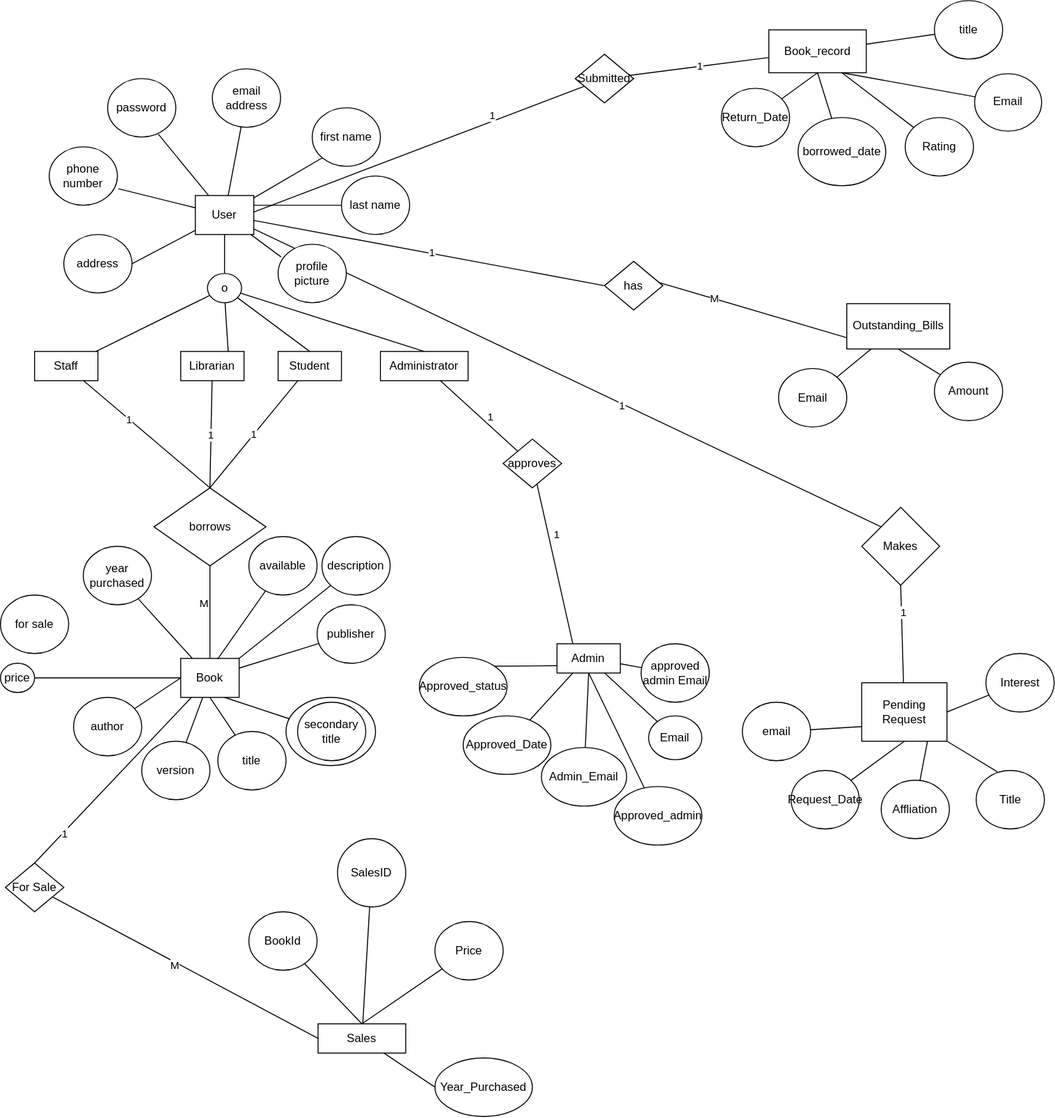
Above: ERD1.svg in MatipaM/DBMS_AE1 (draw.io), before the change. Source tidied: cells renumbered, new cells last; positions are measured from the earlier drawing's top-left corner, leaving out a move shared by most shapes.
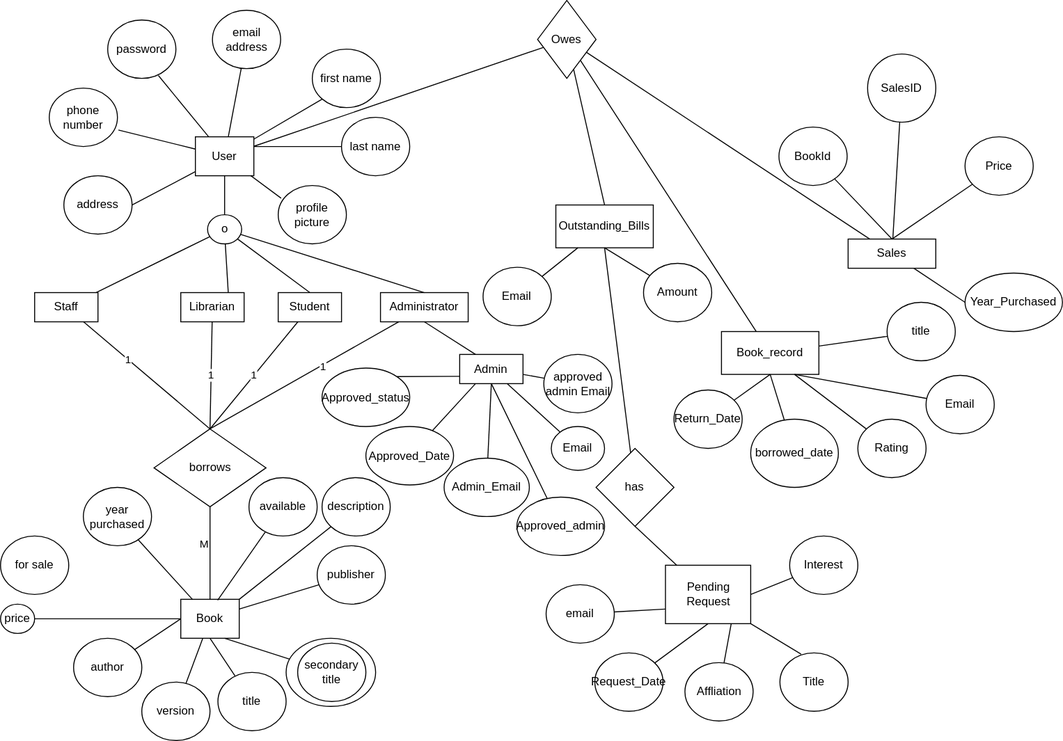
Above is the later version.

What changed in the source:
```diff
@@ -16,18 +16,6 @@
     <mxCell id="5" style="rounded=0;jettySize=auto;html=1;entryX=1;entryY=0.5;entryDx=0;entryDy=0;endArrow=none;endFill=0;" parent="1" edge="1" source="10" target="17">
       <mxGeometry relative="1" as="geometry" />
     </mxCell>
-    <mxCell id="6" style="rounded=0;jettySize=auto;html=1;entryX=0;entryY=0.5;entryDx=0;entryDy=0;endArrow=none;endFill=0;" parent="1" edge="1" source="10" target="124">
-      <mxGeometry relative="1" as="geometry" />
-    </mxCell>
-    <mxCell id="7" value="1" style="edgeLabel;html=1;align=center;verticalAlign=middle;" parent="6" vertex="1">
-      <mxGeometry y="1" relative="1" as="geometry" />
-    </mxCell>
-    <mxCell id="8" style="rounded=0;jettySize=auto;html=1;entryX=0;entryY=0;entryDx=0;entryDy=0;endArrow=none;endFill=0;" parent="1" edge="1" source="10" target="68">
-      <mxGeometry relative="1" as="geometry" />
-    </mxCell>
-    <mxCell id="9" value="1" style="edgeLabel;html=1;align=center;verticalAlign=middle;" parent="8" vertex="1">
-      <mxGeometry x="0.17" y="-2" relative="1" as="geometry" />
-    </mxCell>
     <mxCell id="10" value="User" style="rounded=0;whiteSpace=wrap;html=1;" parent="1" vertex="1">
       <mxGeometry x="200" y="200" width="60" height="40" as="geometry" />
     </mxCell>
@@ -64,14 +52,12 @@
     <mxCell id="21" value="Student" style="rounded=0;whiteSpace=wrap;html=1;" parent="1" vertex="1">
       <mxGeometry x="285" y="360" width="65" height="30" as="geometry" />
     </mxCell>
-    <mxCell id="22" style="rounded=0;jettySize=auto;html=1;entryX=0;entryY=0;entryDx=0;entryDy=0;endArrow=none;endFill=0;" parent="1" edge="1" source="24" target="127">
-      <mxGeometry relative="1" as="geometry" />
-    </mxCell>
-    <mxCell id="23" value="1" style="edgeLabel;html=1;align=center;verticalAlign=middle;" parent="22" vertex="1">
-      <mxGeometry x="0.15" y="7" relative="1" as="geometry">
-        <mxPoint y="-1" as="offset" />
-      </mxGeometry>
-    </mxCell>
+    <mxCell id="128" style="rounded=0;jettySize=auto;html=1;entryX=0.5;entryY=0;entryDx=0;entryDy=0;endArrow=none;endFill=0;" parent="1" edge="1" source="24" target="30">
+      <mxGeometry relative="1" as="geometry" />
+    </mxCell>
+    <mxCell id="129" value="1" style="edgeLabel;html=1;align=center;verticalAlign=middle;" parent="128" vertex="1">
+      <mxGeometry x="-0.19" y="1" relative="1" as="geometry" />
+    </mxCell>
     <mxCell id="24" value="Administrator" style="rounded=0;whiteSpace=wrap;html=1;" parent="1" vertex="1">
       <mxGeometry x="390" y="360" width="90" height="30" as="geometry" />
     </mxCell>
@@ -93,14 +79,6 @@
     <mxCell id="30" value="borrows" style="rhombus;whiteSpace=wrap;html=1;" parent="1" vertex="1">
       <mxGeometry x="157.5" y="500" width="115" height="80" as="geometry" />
     </mxCell>
-    <mxCell id="31" style="rounded=0;jettySize=auto;html=1;entryX=0.5;entryY=0;entryDx=0;entryDy=0;endArrow=none;endFill=0;" parent="1" edge="1" source="33" target="121">
-      <mxGeometry relative="1" as="geometry" />
-    </mxCell>
-    <mxCell id="32" value="1" style="edgeLabel;html=1;align=center;verticalAlign=middle;" parent="31" vertex="1">
-      <mxGeometry x="0.63" y="1" relative="1" as="geometry">
-        <mxPoint y="-1" as="offset" />
-      </mxGeometry>
-    </mxCell>
     <mxCell id="33" value="Book" style="rounded=0;whiteSpace=wrap;html=1;" parent="1" vertex="1">
       <mxGeometry x="185" y="675" width="60" height="40" as="geometry" />
     </mxCell>
@@ -191,45 +169,38 @@
     <mxCell id="62" value="for sale" style="ellipse;whiteSpace=wrap;html=1;" parent="1" vertex="1">
       <mxGeometry y="610" width="70" height="60" as="geometry" />
     </mxCell>
-    <mxCell id="63" value="Submitted" style="rhombus;whiteSpace=wrap;html=1;" parent="1" vertex="1">
-      <mxGeometry x="590" y="55" width="60" height="50" as="geometry" />
+    <mxCell id="63" value="Owes" style="rhombus;whiteSpace=wrap;html=1;" parent="1" vertex="1">
+      <mxGeometry x="551.2" y="60" width="60" height="80" as="geometry" />
     </mxCell>
-    <mxCell id="64" style="rounded=0;jettySize=auto;html=1;endArrow=none;endFill=0;" parent="1" edge="1" target="63">
-      <mxGeometry relative="1" as="geometry">
-        <mxPoint x="260" y="217" as="sourcePoint" />
-      </mxGeometry>
+    <mxCell id="64" style="rounded=0;jettySize=auto;html=1;endArrow=none;endFill=0;" parent="1" edge="1" source="10" target="63">
+      <mxGeometry relative="1" as="geometry" />
     </mxCell>
-    <mxCell id="65" value="1" style="edgeLabel;html=1;align=center;verticalAlign=middle;" parent="64" vertex="1">
-      <mxGeometry x="0.45" y="6" relative="1" as="geometry">
-        <mxPoint x="-1" as="offset" />
-      </mxGeometry>
-    </mxCell>
     <mxCell id="66" value="Outstanding_Bills" style="rounded=0;whiteSpace=wrap;html=1;" parent="1" vertex="1">
-      <mxGeometry x="868.8" y="311" width="105.7" height="46.5" as="geometry" />
+      <mxGeometry x="570" y="270" width="100" height="44" as="geometry" />
     </mxCell>
     <mxCell id="67" value="Book_record" style="rounded=0;whiteSpace=wrap;html=1;" parent="1" vertex="1">
-      <mxGeometry x="788.8" y="30" width="100" height="44" as="geometry" />
+      <mxGeometry x="740" y="400" width="100" height="44" as="geometry" />
     </mxCell>
-    <mxCell id="68" value="Makes" style="rhombus;whiteSpace=wrap;html=1;" parent="1" vertex="1">
-      <mxGeometry x="884.1" y="520" width="80" height="80" as="geometry" />
+    <mxCell id="68" value="has" style="rhombus;whiteSpace=wrap;html=1;" parent="1" vertex="1">
+      <mxGeometry x="611.2" y="520" width="80" height="80" as="geometry" />
     </mxCell>
     <mxCell id="69" value="Pending Request" style="rounded=0;whiteSpace=wrap;html=1;" parent="1" vertex="1">
-      <mxGeometry x="884.1" y="700" width="87.5" height="60" as="geometry" />
+      <mxGeometry x="682.5" y="640" width="87.5" height="60" as="geometry" />
     </mxCell>
     <mxCell id="70" value="email" style="ellipse;whiteSpace=wrap;html=1;" parent="1" vertex="1">
-      <mxGeometry x="761.6" y="720" width="70" height="60" as="geometry" />
+      <mxGeometry x="560" y="660" width="70" height="60" as="geometry" />
     </mxCell>
     <mxCell id="71" value="Title" style="ellipse;whiteSpace=wrap;html=1;" parent="1" vertex="1">
-      <mxGeometry x="1001.6" y="790" width="70" height="60" as="geometry" />
+      <mxGeometry x="800" y="730" width="70" height="60" as="geometry" />
     </mxCell>
     <mxCell id="72" value="Affliation" style="ellipse;whiteSpace=wrap;html=1;" parent="1" vertex="1">
-      <mxGeometry x="904.1" y="800" width="70" height="60" as="geometry" />
+      <mxGeometry x="702.5" y="740" width="70" height="60" as="geometry" />
     </mxCell>
     <mxCell id="73" value="Request_Date" style="ellipse;whiteSpace=wrap;html=1;" parent="1" vertex="1">
-      <mxGeometry x="811.6" y="790" width="70" height="60" as="geometry" />
+      <mxGeometry x="610" y="730" width="70" height="60" as="geometry" />
     </mxCell>
     <mxCell id="74" value="Interest" style="ellipse;whiteSpace=wrap;html=1;" parent="1" vertex="1">
-      <mxGeometry x="1011.6" y="670" width="70" height="60" as="geometry" />
+      <mxGeometry x="810" y="610" width="70" height="60" as="geometry" />
     </mxCell>
     <mxCell id="75" style="rounded=0;jettySize=auto;html=1;endArrow=none;endFill=0;exitX=0.31;exitY=0.022;exitDx=0;exitDy=0;exitPerimeter=0;entryX=1;entryY=1;entryDx=0;entryDy=0;" parent="1" edge="1" source="71" target="69">
       <mxGeometry relative="1" as="geometry" />
@@ -239,7 +210,7 @@
     </mxCell>
     <mxCell id="77" style="rounded=0;jettySize=auto;html=1;endArrow=none;endFill=0;" parent="1" edge="1" target="72">
       <mxGeometry relative="1" as="geometry">
-        <mxPoint x="951.6" y="760" as="sourcePoint" />
+        <mxPoint x="750" y="700" as="sourcePoint" />
       </mxGeometry>
     </mxCell>
     <mxCell id="78" style="rounded=0;jettySize=auto;html=1;endArrow=none;endFill=0;exitX=0;exitY=0.75;exitDx=0;exitDy=0;" parent="1" edge="1" source="69" target="70">
@@ -249,19 +220,19 @@
       <mxGeometry relative="1" as="geometry" />
     </mxCell>
     <mxCell id="80" value="Sales" style="rounded=0;whiteSpace=wrap;html=1;" parent="1" vertex="1">
-      <mxGeometry x="326" y="1050" width="90" height="30" as="geometry" />
+      <mxGeometry x="870" y="305" width="90" height="30" as="geometry" />
     </mxCell>
     <mxCell id="81" value="BookId" style="ellipse;whiteSpace=wrap;html=1;" parent="1" vertex="1">
-      <mxGeometry x="255" y="935" width="70" height="60" as="geometry" />
+      <mxGeometry x="799" y="190" width="70" height="60" as="geometry" />
     </mxCell>
     <mxCell id="82" value="Price" style="ellipse;whiteSpace=wrap;html=1;" parent="1" vertex="1">
-      <mxGeometry x="446" y="945" width="70" height="60" as="geometry" />
+      <mxGeometry x="990" y="200" width="70" height="60" as="geometry" />
     </mxCell>
     <mxCell id="83" value="SalesID" style="ellipse;whiteSpace=wrap;html=1;" parent="1" vertex="1">
-      <mxGeometry x="346" y="860" width="70" height="70" as="geometry" />
+      <mxGeometry x="890" y="115" width="70" height="70" as="geometry" />
     </mxCell>
     <mxCell id="84" value="Year_Purchased" style="ellipse;whiteSpace=wrap;html=1;" parent="1" vertex="1">
-      <mxGeometry x="446" y="1085" width="100" height="60" as="geometry" />
+      <mxGeometry x="990" y="340" width="100" height="60" as="geometry" />
     </mxCell>
     <mxCell id="85" style="rounded=0;jettySize=auto;html=1;endArrow=none;endFill=0;entryX=0.5;entryY=0;entryDx=0;entryDy=0;" parent="1" edge="1" source="81" target="80">
       <mxGeometry relative="1" as="geometry" />
@@ -276,16 +247,16 @@
       <mxGeometry relative="1" as="geometry" />
     </mxCell>
     <mxCell id="89" value="borrowed_date" style="ellipse;whiteSpace=wrap;html=1;" parent="1" vertex="1">
-      <mxGeometry x="818.8" y="120" width="90" height="70" as="geometry" />
+      <mxGeometry x="770" y="490" width="90" height="70" as="geometry" />
     </mxCell>
     <mxCell id="90" value="title" style="ellipse;whiteSpace=wrap;html=1;" parent="1" vertex="1">
-      <mxGeometry x="958.8" width="70" height="60" as="geometry" />
+      <mxGeometry x="910" y="370" width="70" height="60" as="geometry" />
     </mxCell>
     <mxCell id="91" value="Rating" style="ellipse;whiteSpace=wrap;html=1;" parent="1" vertex="1">
-      <mxGeometry x="928.8" y="120" width="70" height="60" as="geometry" />
+      <mxGeometry x="880" y="490" width="70" height="60" as="geometry" />
     </mxCell>
     <mxCell id="92" value="Email" style="ellipse;whiteSpace=wrap;html=1;" parent="1" vertex="1">
-      <mxGeometry x="1000" y="75" width="68.8" height="58.9" as="geometry" />
+      <mxGeometry x="950" y="445" width="70" height="60" as="geometry" />
     </mxCell>
     <mxCell id="93" style="rounded=0;jettySize=auto;html=1;endArrow=none;endFill=0;exitX=0.5;exitY=1;exitDx=0;exitDy=0;" parent="1" edge="1" source="67" target="89">
       <mxGeometry relative="1" as="geometry" />
@@ -299,26 +270,32 @@
     <mxCell id="96" style="rounded=0;jettySize=auto;html=1;endArrow=none;endFill=0;" parent="1" edge="1" source="67" target="90">
       <mxGeometry relative="1" as="geometry" />
     </mxCell>
+    <mxCell id="130" style="rounded=0;jettySize=auto;html=1;endArrow=none;endFill=0;exitX=0.5;exitY=0;exitDx=0;exitDy=0;" parent="1" edge="1" source="66" target="63">
+      <mxGeometry relative="1" as="geometry" />
+    </mxCell>
-    <mxCell id="97" value="1" style="rounded=0;jettySize=auto;html=1;endArrow=none;endFill=0;" parent="1" edge="1" source="67" target="63">
+    <mxCell id="97" style="rounded=0;jettySize=auto;html=1;endArrow=none;endFill=0;" parent="1" edge="1" source="67" target="63">
       <mxGeometry relative="1" as="geometry" />
     </mxCell>
+    <mxCell id="131" style="rounded=0;jettySize=auto;html=1;endArrow=none;endFill=0;exitX=0.5;exitY=1;exitDx=0;exitDy=0;" parent="1" edge="1" source="66" target="68">
+      <mxGeometry relative="1" as="geometry" />
+    </mxCell>
     <mxCell id="98" style="rounded=0;jettySize=auto;html=1;endArrow=none;endFill=0;exitX=0.5;exitY=1;exitDx=0;exitDy=0;" parent="1" edge="1" source="68" target="69">
       <mxGeometry relative="1" as="geometry" />
     </mxCell>
-    <mxCell id="99" value="1" style="edgeLabel;html=1;align=center;verticalAlign=middle;" parent="98" vertex="1">
-      <mxGeometry x="-0.47" y="1" relative="1" as="geometry" />
-    </mxCell>
     <mxCell id="100" value="Return_Date" style="ellipse;whiteSpace=wrap;html=1;" parent="1" vertex="1">
-      <mxGeometry x="740" y="90" width="70" height="60" as="geometry" />
+      <mxGeometry x="691.2" y="460" width="70" height="60" as="geometry" />
     </mxCell>
     <mxCell id="101" style="rounded=0;jettySize=auto;html=1;endArrow=none;endFill=0;exitX=0.5;exitY=1;exitDx=0;exitDy=0;" parent="1" edge="1" source="67" target="100">
       <mxGeometry relative="1" as="geometry" />
     </mxCell>
+    <mxCell id="132" style="rounded=0;jettySize=auto;html=1;endArrow=none;endFill=0;" parent="1" edge="1" source="63" target="80">
+      <mxGeometry relative="1" as="geometry" />
+    </mxCell>
     <mxCell id="102" value="Amount" style="ellipse;whiteSpace=wrap;html=1;" parent="1" vertex="1">
-      <mxGeometry x="958.8" y="371" width="70" height="60" as="geometry" />
+      <mxGeometry x="660" y="330" width="70" height="60" as="geometry" />
     </mxCell>
     <mxCell id="103" value="Email" style="ellipse;whiteSpace=wrap;html=1;" parent="1" vertex="1">
-      <mxGeometry x="798.8" y="377.5" width="70" height="60" as="geometry" />
+      <mxGeometry x="495.3" y="334" width="70" height="60" as="geometry" />
     </mxCell>
     <mxCell id="104" style="rounded=0;jettySize=auto;html=1;endArrow=none;endFill=0;" parent="1" edge="1" source="103" target="66">
       <mxGeometry relative="1" as="geometry" />
@@ -327,26 +304,29 @@
       <mxGeometry relative="1" as="geometry" />
     </mxCell>
     <mxCell id="106" value="Admin" style="rounded=0;whiteSpace=wrap;html=1;" parent="1" vertex="1">
-      <mxGeometry x="571.3" y="660" width="65" height="30" as="geometry" />
+      <mxGeometry x="471.3" y="423.5" width="65" height="30" as="geometry" />
     </mxCell>
     <mxCell id="107" value="Email" style="ellipse;whiteSpace=wrap;html=1;" parent="1" vertex="1">
-      <mxGeometry x="665.3" y="734" width="54.7" height="45" as="geometry" />
+      <mxGeometry x="565.3" y="497.5" width="54.7" height="45" as="geometry" />
     </mxCell>
     <mxCell id="108" value="Approved_admin" style="ellipse;whiteSpace=wrap;html=1;" parent="1" vertex="1">
-      <mxGeometry x="630" y="806.5" width="90" height="60" as="geometry" />
+      <mxGeometry x="530" y="570" width="90" height="60" as="geometry" />
     </mxCell>
     <mxCell id="109" value="Approved_Date" style="ellipse;whiteSpace=wrap;html=1;" parent="1" vertex="1">
-      <mxGeometry x="475" y="734" width="90" height="60" as="geometry" />
+      <mxGeometry x="375" y="497.5" width="90" height="60" as="geometry" />
     </mxCell>
     <mxCell id="110" value="approved admin Email" style="ellipse;whiteSpace=wrap;html=1;" parent="1" vertex="1">
-      <mxGeometry x="657.6" y="660" width="70" height="60" as="geometry" />
+      <mxGeometry x="557.6" y="423.5" width="70" height="60" as="geometry" />
     </mxCell>
     <mxCell id="111" value="Admin_Email" style="ellipse;whiteSpace=wrap;html=1;" parent="1" vertex="1">
-      <mxGeometry x="555.3" y="766.5" width="87.5" height="60" as="geometry" />
+      <mxGeometry x="455.3" y="530" width="87.5" height="60" as="geometry" />
     </mxCell>
     <mxCell id="112" value="Approved_status" style="ellipse;whiteSpace=wrap;html=1;" parent="1" vertex="1">
-      <mxGeometry x="430" y="674" width="90" height="60" as="geometry" />
+      <mxGeometry x="330" y="437.5" width="90" height="60" as="geometry" />
     </mxCell>
+    <mxCell id="133" style="rounded=0;jettySize=auto;html=1;endArrow=none;endFill=0;entryX=0.5;entryY=1;entryDx=0;entryDy=0;exitX=0.25;exitY=0;exitDx=0;exitDy=0;" parent="1" edge="1" source="106" target="24">
+      <mxGeometry relative="1" as="geometry" />
+    </mxCell>
     <mxCell id="113" style="rounded=0;jettySize=auto;html=1;endArrow=none;endFill=0;" parent="1" edge="1" source="107" target="106">
       <mxGeometry relative="1" as="geometry" />
     </mxCell>
@@ -365,36 +345,5 @@
     <mxCell id="118" style="rounded=0;jettySize=auto;html=1;endArrow=none;endFill=0;" parent="1" edge="1" source="110" target="106">
       <mxGeometry relative="1" as="geometry" />
     </mxCell>
-    <mxCell id="119" style="rounded=0;jettySize=auto;html=1;entryX=0;entryY=0.5;entryDx=0;entryDy=0;endArrow=none;endFill=0;" parent="1" edge="1" source="121" target="80">
-      <mxGeometry relative="1" as="geometry" />
-    </mxCell>
-    <mxCell id="120" value="M" style="edgeLabel;html=1;align=center;verticalAlign=middle;" parent="119" vertex="1">
-      <mxGeometry x="-0.08" y="-3" relative="1" as="geometry" />
-    </mxCell>
-    <mxCell id="121" value="For Sale" style="rhombus;whiteSpace=wrap;html=1;" parent="1" vertex="1">
-      <mxGeometry x="5" y="885" width="60" height="50" as="geometry" />
-    </mxCell>
-    <mxCell id="122" style="rounded=0;jettySize=auto;html=1;entryX=0;entryY=0.75;entryDx=0;entryDy=0;endArrow=none;endFill=0;" parent="1" edge="1" target="66">
-      <mxGeometry relative="1" as="geometry">
-        <mxPoint x="670" y="287.5" as="sourcePoint" />
-      </mxGeometry>
-    </mxCell>
-    <mxCell id="123" value="M" style="edgeLabel;html=1;align=center;verticalAlign=middle;" parent="122" vertex="1">
-      <mxGeometry x="-0.38" y="1" relative="1" as="geometry" />
-    </mxCell>
-    <mxCell id="124" value="has" style="rhombus;whiteSpace=wrap;html=1;" parent="1" vertex="1">
-      <mxGeometry x="620" y="267.5" width="60" height="50" as="geometry" />
-    </mxCell>
-    <mxCell id="125" style="rounded=0;jettySize=auto;html=1;entryX=0.25;entryY=0;entryDx=0;entryDy=0;endArrow=none;endFill=0;" parent="1" edge="1" source="127" target="106">
-      <mxGeometry relative="1" as="geometry" />
-    </mxCell>
-    <mxCell id="126" value="1" style="edgeLabel;html=1;align=center;verticalAlign=middle;" parent="125" vertex="1">
-      <mxGeometry x="-0.37" y="8" relative="1" as="geometry">
-        <mxPoint y="1" as="offset" />
-      </mxGeometry>
-    </mxCell>
-    <mxCell id="127" value="approves" style="rhombus;whiteSpace=wrap;html=1;" parent="1" vertex="1">
-      <mxGeometry x="516" y="450" width="60" height="50" as="geometry" />
-    </mxCell>
   </root>
 </mxGraphModel>
```
